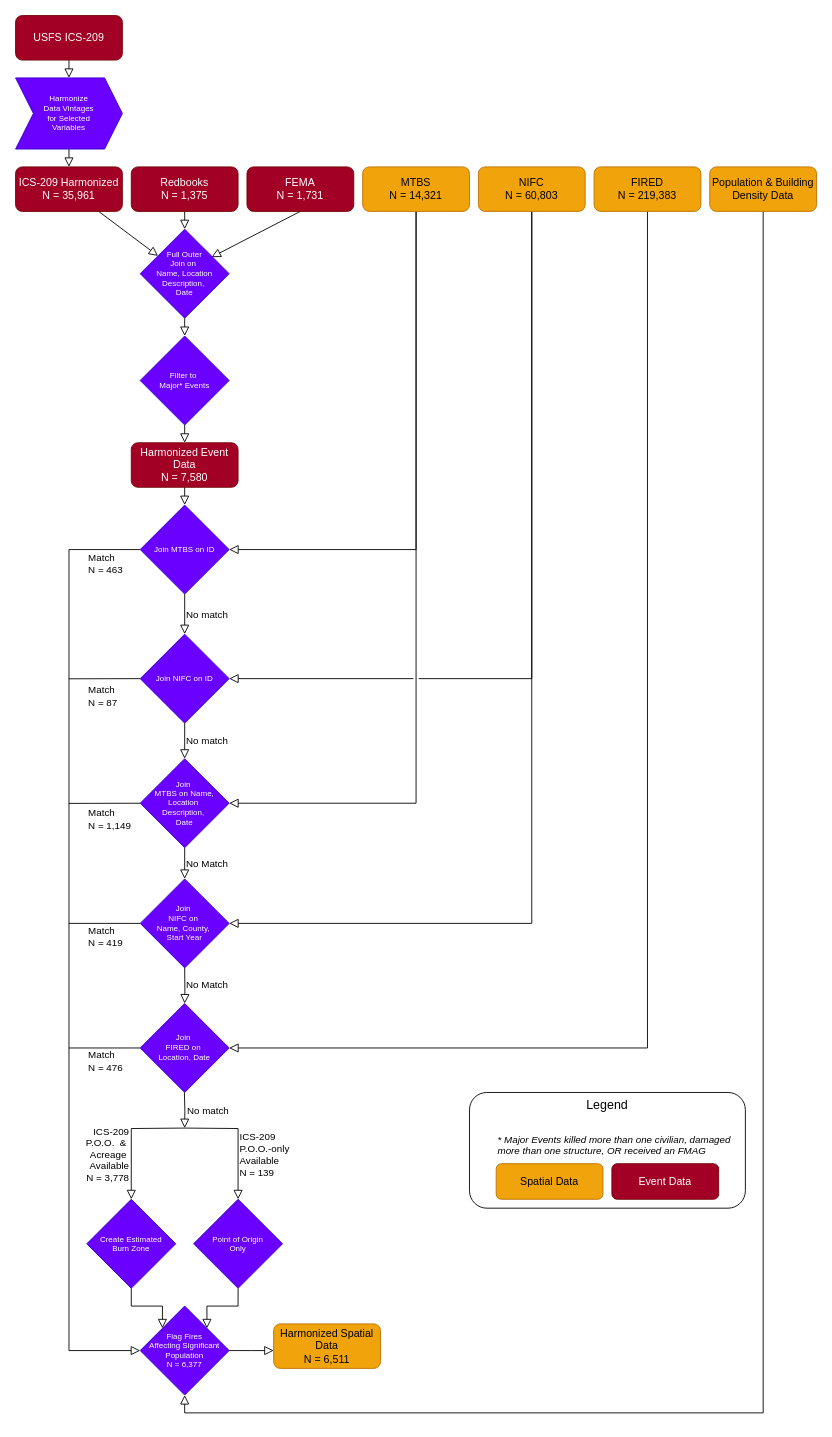
lpiep/wfbz_disasters_lite keeps this draw.io diagram as docs-site/docs/wildfire_disasters_lite_diagram.drawio. Above is the earlier version. Source tidied: cells renumbered, new cells numbered last; positions are measured from the earlier drawing's top-left corner, leaving out a move shared by most shapes. Both pictures are drawn from the tidied source at 89%, with x=0, y=0 at pixel (15, 15).
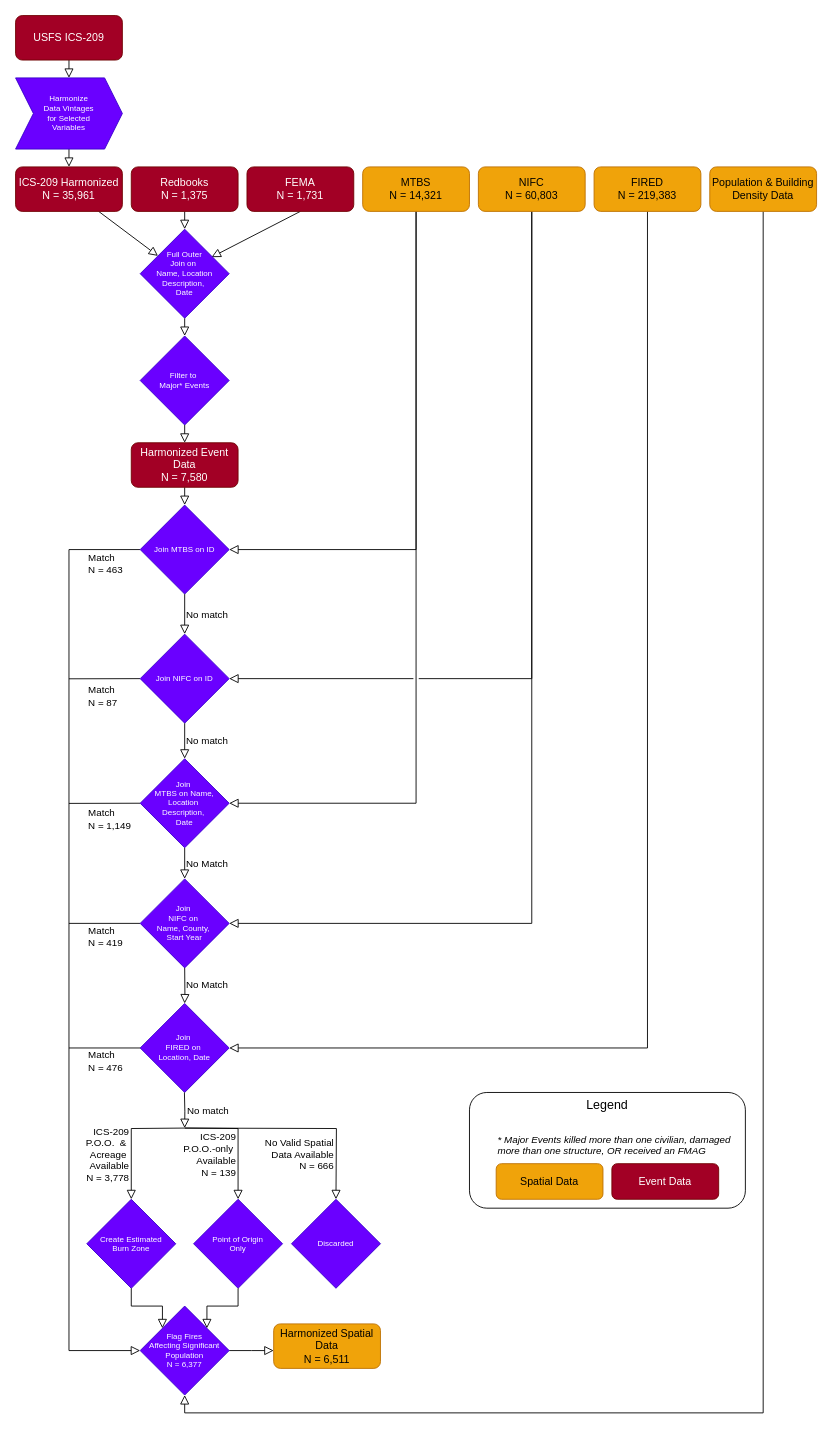
Above is the later version.

Diff of the diagram source:
```diff
@@
-    <mxCell id="63" value="ICS-209&lt;br&gt;P.O.O.-only&lt;span style=&quot;background-color: initial;&quot;&gt;&amp;nbsp;&lt;/span&gt;&lt;div&gt;&lt;span style=&quot;background-color: initial;&quot;&gt;Available&lt;/span&gt;&lt;/div&gt;&lt;div&gt;&lt;span style=&quot;background-color: initial;&quot;&gt;N = 139&lt;/span&gt;&lt;/div&gt;" style="text;html=1;align=left;verticalAlign=middle;whiteSpace=wrap;rounded=0;fontFamily=Helvetica;fontSize=11;fontColor=default;labelBackgroundColor=none;" parent="1" vertex="1">
-      <mxGeometry x="250" y="1254.5" width="100" height="51" as="geometry" />
+    <mxCell id="63" value="ICS-209&lt;br&gt;P.O.O.-only&lt;span style=&quot;background-color: initial;&quot;&gt;&amp;nbsp;&lt;/span&gt;&lt;div&gt;&lt;span style=&quot;background-color: initial;&quot;&gt;Available&lt;/span&gt;&lt;/div&gt;&lt;div&gt;&lt;span style=&quot;background-color: initial;&quot;&gt;N = 139&lt;/span&gt;&lt;/div&gt;" style="text;html=1;align=right;verticalAlign=middle;whiteSpace=wrap;rounded=0;fontFamily=Helvetica;fontSize=11;fontColor=default;labelBackgroundColor=none;" parent="1" vertex="1">
+      <mxGeometry x="150" y="1254.5" width="100" height="51" as="geometry" />
     </mxCell>
@@
+    <mxCell id="66" style="edgeStyle=orthogonalEdgeStyle;shape=connector;rounded=0;jumpStyle=gap;orthogonalLoop=1;jettySize=auto;html=1;shadow=0;strokeColor=default;strokeWidth=1;align=left;verticalAlign=middle;fontFamily=Helvetica;fontSize=11;fontColor=default;labelBackgroundColor=none;endArrow=block;endFill=0;endSize=8;" parent="1" edge="1">
+      <mxGeometry relative="1" as="geometry">
+        <mxPoint x="190" y="1250" as="sourcePoint" />
+        <mxPoint x="360" y="1330" as="targetPoint" />
+      </mxGeometry>
+    </mxCell>
+    <mxCell id="67" value="No Valid Spatial Data Available&lt;div&gt;N = 666&lt;/div&gt;" style="text;html=1;align=right;verticalAlign=middle;whiteSpace=wrap;rounded=0;fontFamily=Helvetica;fontSize=11;fontColor=default;labelBackgroundColor=none;" parent="1" vertex="1">
+      <mxGeometry x="280" y="1254.5" width="80" height="51" as="geometry" />
+    </mxCell>
+    <mxCell id="68" value="Discarded" style="rhombus;whiteSpace=wrap;html=1;fontFamily=Helvetica;fontSize=9;fontColor=#ffffff;labelBackgroundColor=none;fillColor=#6a00ff;strokeColor=#3700CC;" parent="1" vertex="1">
+      <mxGeometry x="310" y="1330" width="100" height="100" as="geometry" />
+    </mxCell>
```
